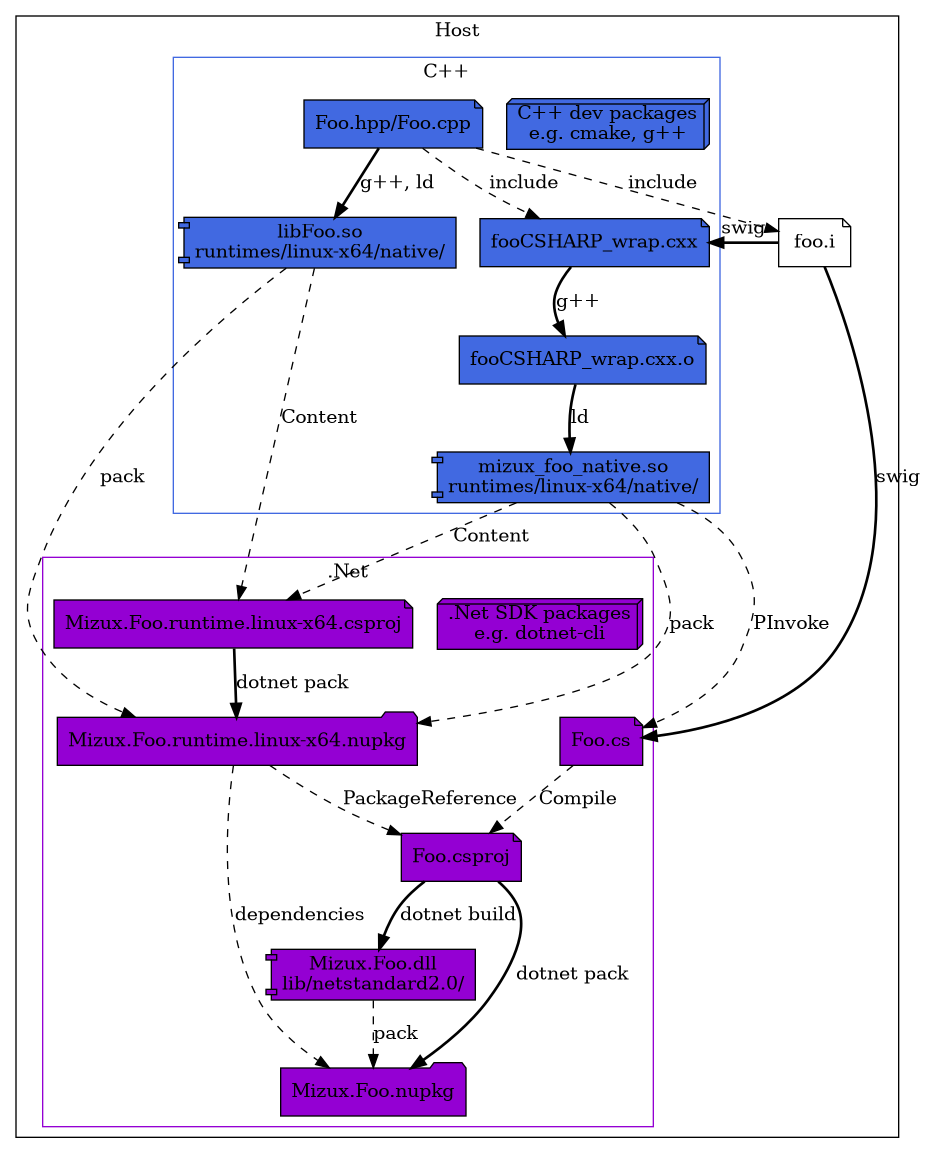
Before: doc/local_pipeline.png, a diagram exported from Graphviz (Mizux/dotnet-native). Its source is kept beside it as doc/local_pipeline.dot.
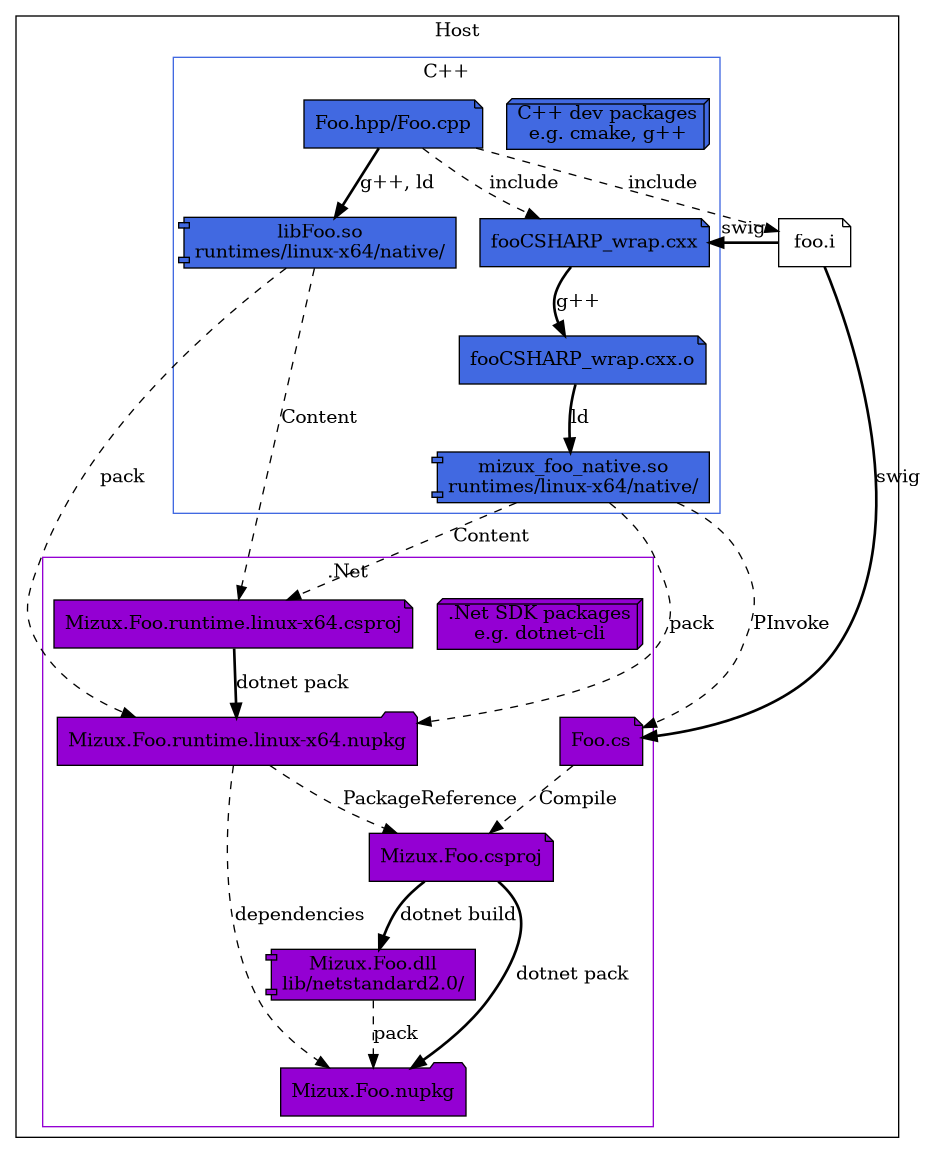
The same file after the commit.

Change to the diagram source:
```diff
@@ -8,6 +8,8 @@
     SWIG [label="foo.i", fillcolor=white];
 
   subgraph clusterCPP {
+    color=royalblue;
+    label = "C++";
     node [shape=note, style="rounded,filled", color=black, fillcolor=royalblue];
     PKG [label="C++ dev packages\ne.g. cmake, g++", shape=box3d];
     CPP [label="Foo.hpp/Foo.cpp"];
@@ -17,17 +19,16 @@
     WRAPPER_OBJ [label="fooCSHARP_wrap.cxx.o"];
     WRAPPER_LIB [label="mizux_foo_native.so\nruntimes/linux-x64/native/", shape=component];
 
-    CPP -> WRAPPER_CPP [label="include", style=dashed]
+    CPP -> WRAPPER_CPP [label="include", style=dashed];
     CPP -> LIB [label="g++, ld", style=bold];
     WRAPPER_CPP -> WRAPPER_OBJ [label="g++", style=bold];
     WRAPPER_OBJ -> WRAPPER_LIB [label="ld", style=bold];
 
-
-    color=royalblue;
-    label = "C++";
   }
 
   subgraph clusterCS {
+    color=darkviolet;
+    label = ".Net";
     node [shape=note, style="rounded,filled", color=black, fillcolor=darkviolet];
     DOTNET_PKG [label=".Net SDK packages\ne.g. dotnet-cli", shape=box3d, fillcolor=darkviolet];
     RUNTIME_CSPROJ [label="Mizux.Foo.runtime.linux-x64.csproj"];
@@ -36,7 +37,7 @@
     RUNTIME_CSPROJ -> RUNTIME_NUPKG [label="dotnet pack", style=bold];
 
     FOO_CS [label="Foo.cs"];
-    FOO_CSPROJ [label="Foo.csproj"];
+    FOO_CSPROJ [label="Mizux.Foo.csproj"];
     FOO_DLL [label="Mizux.Foo.dll\nlib/netstandard2.0/", shape=component];
     FOO_NUPKG [label="Mizux.Foo.nupkg", shape=folder];
 
@@ -48,20 +49,17 @@
     RUNTIME_NUPKG -> FOO_NUPKG [label="dependencies", style=dashed];
     RUNTIME_NUPKG -> FOO_CSPROJ [label="PackageReference", style=dashed];
 
-
-    color=darkviolet;
-    label = ".Net";
   }
 
   CPP -> SWIG [label="include", style=dashed];
+  SWIG -> WRAPPER_CPP [label="swig", style=bold];
   SWIG -> FOO_CS [label="swig", style=bold];
-  SWIG -> WRAPPER_CPP [label="swig", style=bold];
 
   LIB -> RUNTIME_CSPROJ [label="Content", style=dashed];
   LIB -> RUNTIME_NUPKG [label="pack", style=dashed];
   WRAPPER_LIB -> RUNTIME_CSPROJ [label="Content", style=dashed];
+  WRAPPER_LIB -> RUNTIME_NUPKG [label="pack", style=dashed];
   WRAPPER_LIB -> FOO_CS [label="PInvoke", style=dashed];
-  WRAPPER_LIB -> RUNTIME_NUPKG [label="pack", style=dashed];
   }
 }
 @enddot
```
